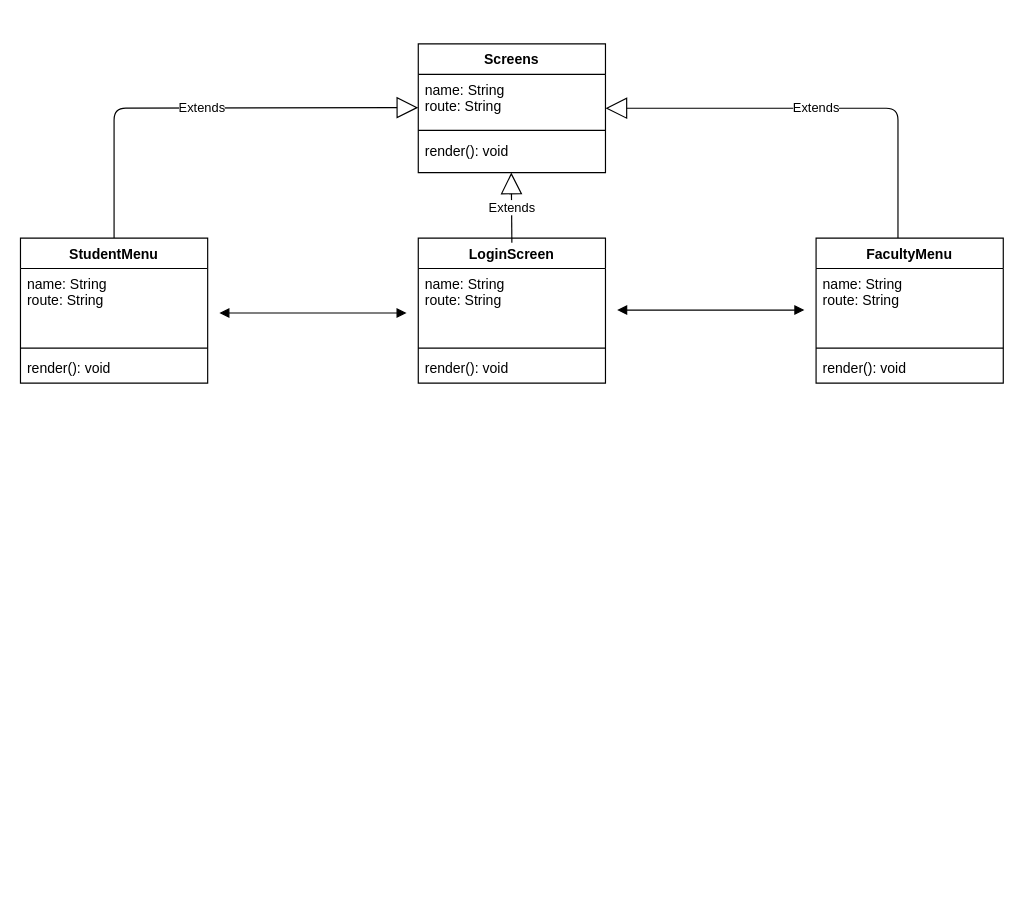
Above: classDiagram.drawio in 210726-java-react-serverless/hiroshi_nobuoka_p0 (draw.io), before the change. Source tidied: cells renumbered, new cells numbered last; positions are measured from the earlier drawing's top-left corner, leaving out a move shared by most shapes. Both pictures are drawn from the tidied source at 117%, with x=0, y=0 at pixel (20, 43).
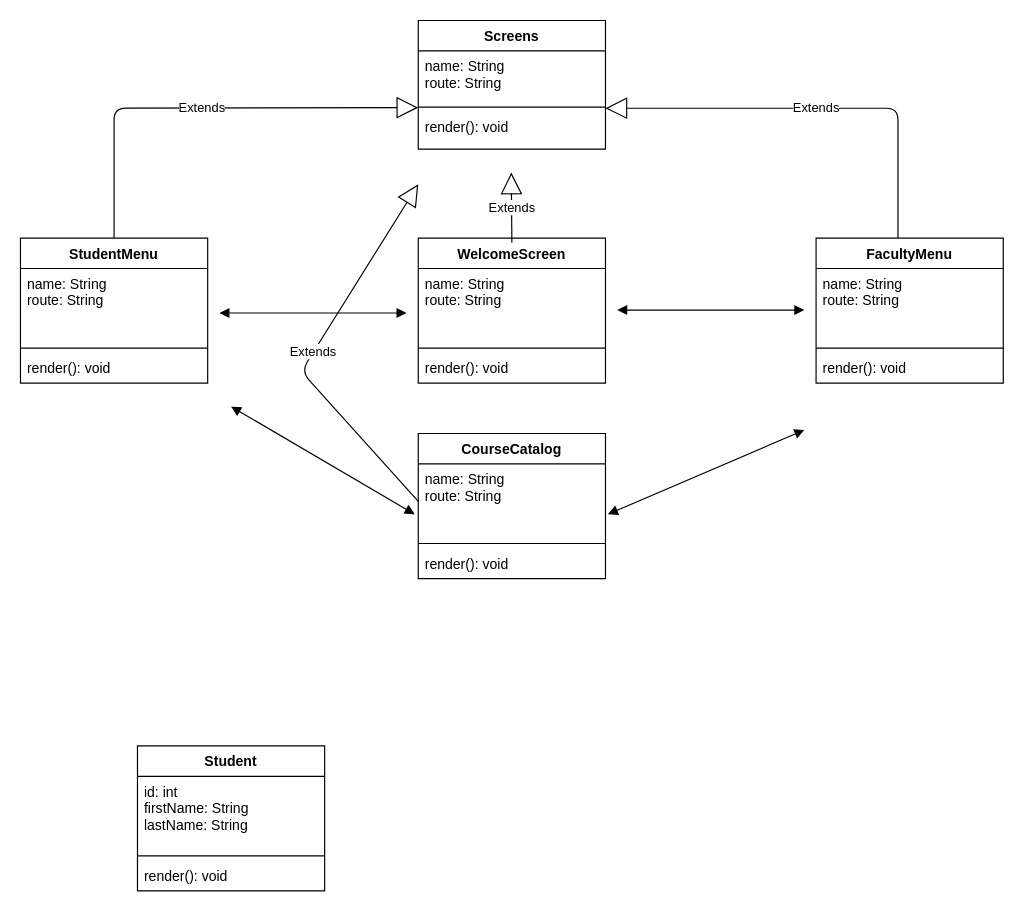
After the change.

What changed in the source:
```diff
@@
     <mxCell id="2" value="Screens" style="swimlane;fontStyle=1;align=center;verticalAlign=top;horizontal=1;startSize=26;flipH=1;" parent="1" vertex="1">
-      <mxGeometry x="340" width="160" height="110" as="geometry" />
+      <mxGeometry x="340" y="-20" width="160" height="110" as="geometry" />
     </mxCell>
@@
-    <mxCell id="6" value="LoginScreen" style="swimlane;fontStyle=1;align=center;verticalAlign=top;horizontal=1;startSize=26;" parent="1" vertex="1">
+    <mxCell id="6" value="WelcomeScreen" style="swimlane;fontStyle=1;align=center;verticalAlign=top;horizontal=1;startSize=26;" parent="1" vertex="1">
       <mxGeometry x="340" y="166" width="160" height="124" as="geometry" />
     </mxCell>
@@
+    <mxCell id="23" value="CourseCatalog" style="swimlane;fontStyle=1;align=center;verticalAlign=top;horizontal=1;startSize=26;" parent="1" vertex="1">
+      <mxGeometry x="340" y="333" width="160" height="124" as="geometry" />
+    </mxCell>
+    <mxCell id="24" value="name: String&#10;route: String" style="text;strokeColor=none;fillColor=none;align=left;verticalAlign=top;spacingLeft=4;spacingRight=4;overflow=hidden;points=[[0,0.5],[1,0.5]];portConstraint=eastwest;" parent="23" vertex="1">
+      <mxGeometry y="26" width="160" height="64" as="geometry" />
+    </mxCell>
+    <mxCell id="25" style="line;strokeWidth=1;fillColor=none;align=left;verticalAlign=middle;spacingTop=-1;spacingLeft=3;spacingRight=3;labelPosition=right;" parent="23" vertex="1">
+      <mxGeometry y="90" width="160" height="8" as="geometry" />
+    </mxCell>
+    <mxCell id="26" value="render(): void" style="text;strokeColor=none;fillColor=none;align=left;verticalAlign=top;spacingLeft=4;spacingRight=4;overflow=hidden;" parent="23" vertex="1">
+      <mxGeometry y="98" width="160" height="26" as="geometry" />
+    </mxCell>
+    <mxCell id="27" value="Extends" style="endArrow=block;endSize=16;endFill=0;html=1;exitX=0;exitY=0.5;exitDx=0;exitDy=0;" parent="1" edge="1" source="24">
+      <mxGeometry relative="1" as="geometry">
+        <mxPoint x="340" y="120" as="targetPoint" />
+        <Array as="points">
+          <mxPoint x="240" y="280" />
+        </Array>
+      </mxGeometry>
+    </mxCell>
+    <mxCell id="28" style="endArrow=block;startArrow=block;endFill=1;startFill=1;html=1;entryX=-0.019;entryY=0.672;entryDx=0;entryDy=0;entryPerimeter=0;" parent="1" edge="1" target="24">
+      <mxGeometry relative="1" as="geometry">
+        <mxPoint x="180" y="310" as="sourcePoint" />
+      </mxGeometry>
+    </mxCell>
+    <mxCell id="29" style="endArrow=block;startArrow=block;endFill=1;startFill=1;html=1;exitX=1.013;exitY=0.672;exitDx=0;exitDy=0;exitPerimeter=0;" parent="1" edge="1" source="24">
+      <mxGeometry relative="1" as="geometry">
+        <mxPoint x="670" y="330" as="targetPoint" />
+      </mxGeometry>
+    </mxCell>
+    <mxCell id="30" value="Student" style="swimlane;fontStyle=1;align=center;verticalAlign=top;horizontal=1;startSize=26;" parent="1" vertex="1">
+      <mxGeometry x="100" y="600" width="160" height="124" as="geometry" />
+    </mxCell>
+    <mxCell id="31" value="id: int&#10;firstName: String&#10;lastName: String&#10;" style="text;strokeColor=none;fillColor=none;align=left;verticalAlign=top;spacingLeft=4;spacingRight=4;overflow=hidden;" parent="30" vertex="1">
+      <mxGeometry y="26" width="160" height="64" as="geometry" />
+    </mxCell>
+    <mxCell id="32" style="line;strokeWidth=1;fillColor=none;align=left;verticalAlign=middle;spacingTop=-1;spacingLeft=3;spacingRight=3;labelPosition=right;" parent="30" vertex="1">
+      <mxGeometry y="90" width="160" height="8" as="geometry" />
+    </mxCell>
+    <mxCell id="33" value="render(): void" style="text;strokeColor=none;fillColor=none;align=left;verticalAlign=top;spacingLeft=4;spacingRight=4;overflow=hidden;" parent="30" vertex="1">
+      <mxGeometry y="98" width="160" height="26" as="geometry" />
+    </mxCell>
```
